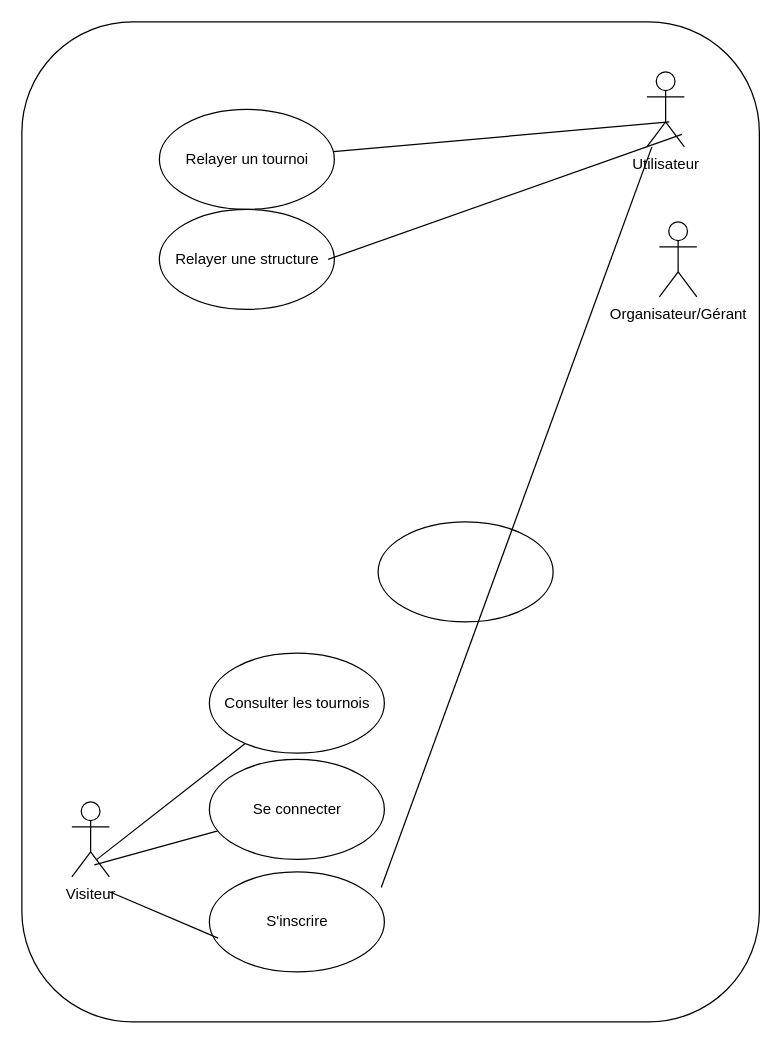
Before: Untitled Diagram.drawio in maeulp/testmaeul, a draw.io diagram. Source tidied: cells renumbered, new cells numbered last; positions are measured from the earlier drawing's top-left corner, leaving out a move shared by most shapes. Both pictures are drawn from the tidied source at 125%, with x=0, y=0 at pixel (21, 21).
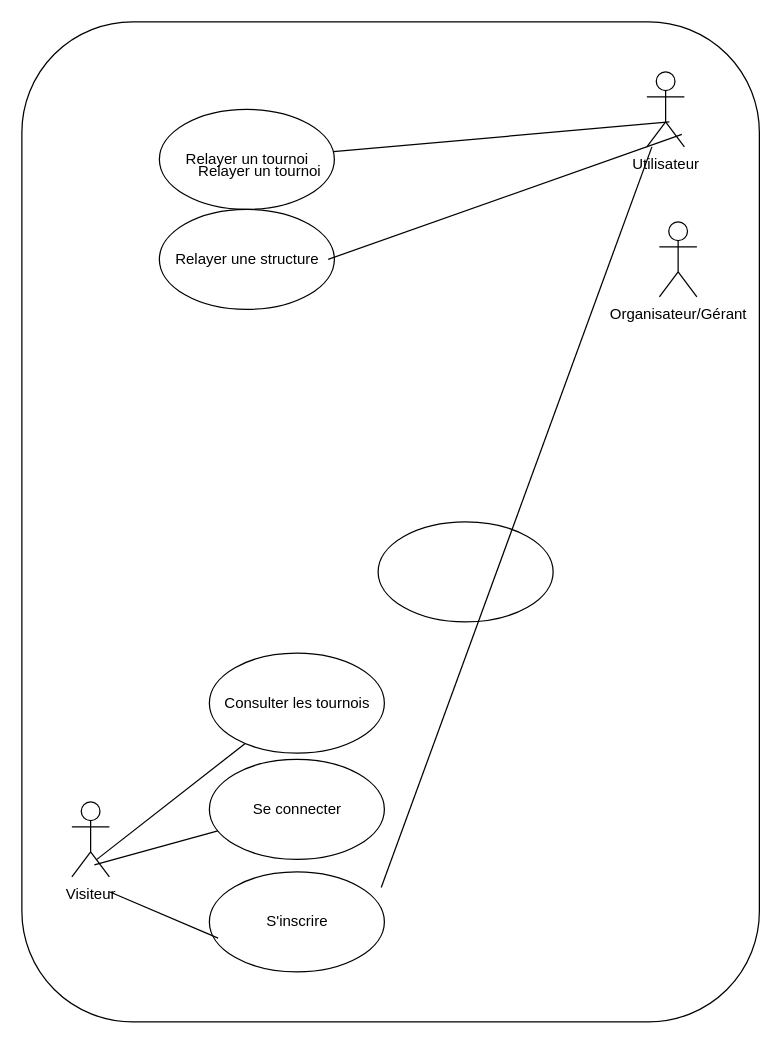
After the change.

The edit, as a diff of the source:
```diff
@@
+    <mxCell id="23" value="Relayer un tournoi" style="text;html=1;align=center;verticalAlign=middle;fillColor=none;strokeColor=none;rounded=0;" parent="1" vertex="1">
+      <mxGeometry x="130" y="110" width="120" height="20" as="geometry" />
+    </mxCell>
```
